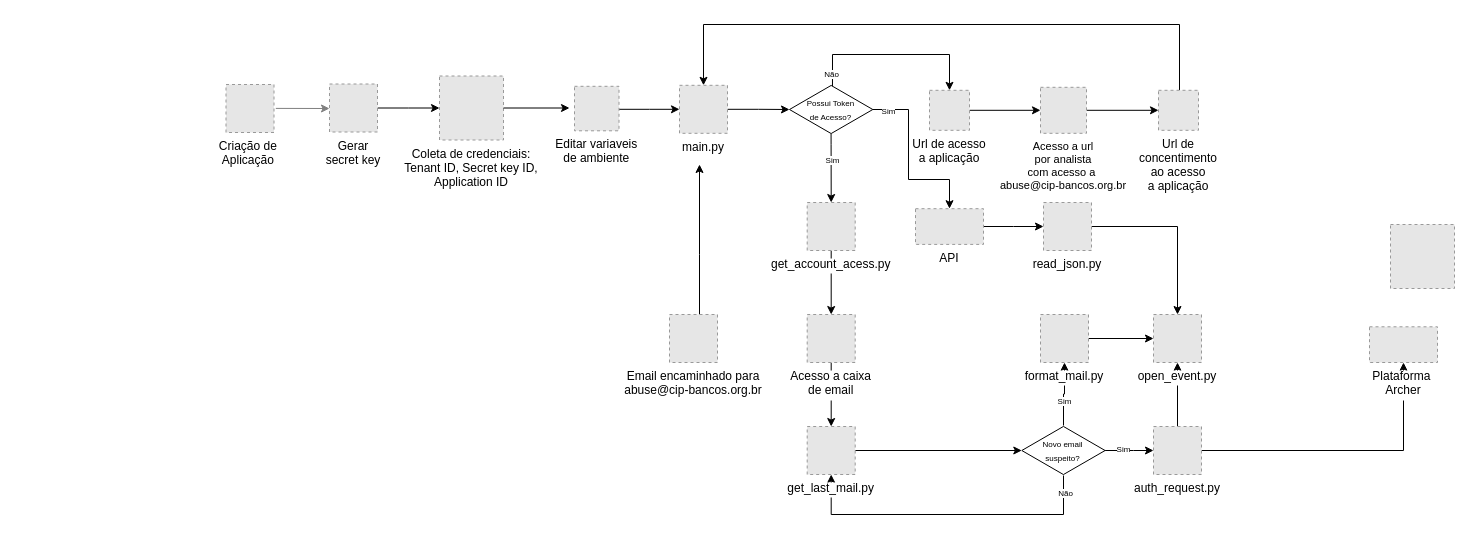
Above: Untitled Diagram.drawio in Antonio-Costa00/Auto-Indicents-Creation-From-Fishing-Atacks (draw.io), before the change. Source tidied: cells renumbered, new cells numbered last; positions are measured from the earlier drawing's top-left corner, leaving out a move shared by most shapes. Both pictures are drawn from the tidied source at 100%, with x=0, y=0 at pixel (225, 24). Pictures stored in the file or linked from it are replaced by grey dashed boxes.
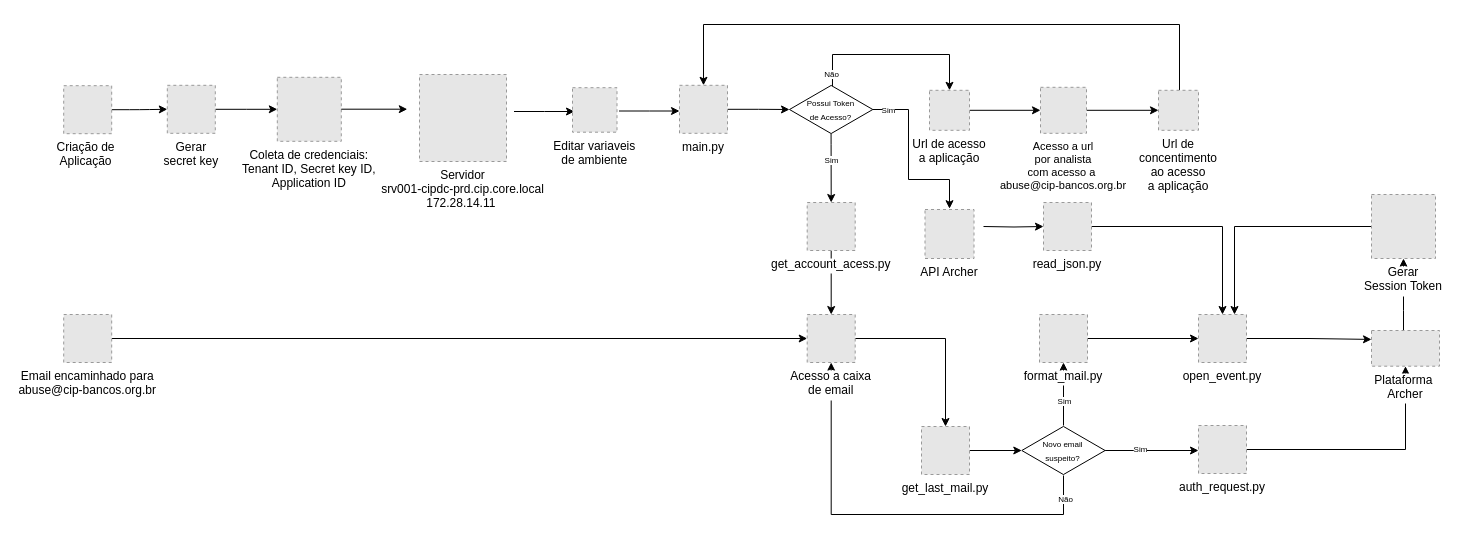
After the change.

Unchanged cells that the change refers to:
```xml
<mxCell id="6" style="edgeStyle=orthogonalEdgeStyle;rounded=0;jettySize=auto;html=1;exitX=0.499;exitY=0.985;exitDx=0;exitDy=0;exitPerimeter=0;entryX=0.5;entryY=0;entryDx=0;entryDy=0;" parent="1" edge="1" source="30">
  <mxGeometry relative="1" as="geometry">
    <mxPoint x="605.7" y="178" as="targetPoint" />
    <Array as="points">
      <mxPoint x="606" y="120" />
      <mxPoint x="606" y="250" />
    </Array>
  </mxGeometry>
</mxCell>
<mxCell id="10" value="main.py" style="fillColor=#E6E6E6;strokeColor=#999999;dashed=1;verticalLabelPosition=bottom;labelBackgroundColor=default;verticalAlign=top;" parent="1" vertex="1">
  <mxGeometry x="454" y="60.8" width="48" height="48" as="geometry" />
</mxCell>
<mxCell id="30" value="&lt;font style=&quot;font-size: 8px;&quot;&gt;Possui Token&lt;br&gt;de Acesso?&lt;/font&gt;" style="html=1;whiteSpace=wrap;shape=isoRectangle;fontSize=11;" parent="1" vertex="1">
  <mxGeometry x="564" y="60" width="83.3" height="50" as="geometry" />
</mxCell>
<mxCell id="34" value="Acesso a caixa&#10;de email" style="fillColor=#E6E6E6;strokeColor=#999999;dashed=1;verticalLabelPosition=bottom;labelBackgroundColor=default;verticalAlign=top;" parent="1" vertex="1">
  <mxGeometry x="581.7" y="290" width="48" height="48" as="geometry" />
</mxCell>
<mxCell id="40" value="&lt;span style=&quot;font-size: 8px;&quot;&gt;Novo email&lt;br&gt;suspeito?&lt;br&gt;&lt;/span&gt;" style="html=1;whiteSpace=wrap;shape=isoRectangle;fontSize=11;" parent="1" vertex="1">
  <mxGeometry x="796.3" y="401" width="83.3" height="50" as="geometry" />
</mxCell>
<mxCell id="47" value="read_json.py" style="fillColor=#E6E6E6;strokeColor=#999999;dashed=1;verticalLabelPosition=bottom;labelBackgroundColor=default;verticalAlign=top;" parent="1" vertex="1">
  <mxGeometry x="818" y="178" width="48" height="48" as="geometry" />
</mxCell>
```

The edit, as a diff of the source:
```diff
@@
-    <mxCell id="2" style="edgeStyle=orthogonalEdgeStyle;rounded=0;jettySize=auto;html=1;fontSize=8;entryX=0.5;entryY=1;entryDx=0;entryDy=0;" parent="1" edge="1" source="40" target="32">
+    <mxCell id="2" style="edgeStyle=orthogonalEdgeStyle;rounded=0;jettySize=auto;html=1;fontSize=8;entryX=0.5;entryY=1;entryDx=0;entryDy=0;" parent="1" edge="1" source="40" target="34">
       <mxGeometry relative="1" as="geometry">
         <Array as="points">
           <mxPoint x="838" y="490" />
           <mxPoint x="606" y="490" />
         </Array>
       </mxGeometry>
     </mxCell>
@@
-    <mxCell id="4" style="edgeStyle=elbowEdgeStyle;rounded=0;orthogonalLoop=1;jettySize=auto;elbow=vertical;html=1;strokeColor=#808080;exitX=1.016;exitY=0.498;exitDx=0;exitDy=0;exitPerimeter=0;" parent="1" edge="1">
-      <mxGeometry relative="1" as="geometry">
-        <mxPoint x="50.3" y="83.9" as="sourcePoint" />
-        <mxPoint x="104" y="84" as="targetPoint" />
-      </mxGeometry>
-    </mxCell>
+    <mxCell id="54" style="edgeStyle=orthogonalEdgeStyle;curved=0;rounded=1;sketch=0;jettySize=auto;html=1;labelBackgroundColor=none;labelBorderColor=#007FFF;fontSize=40;fontColor=none;" parent="1" edge="1" source="5" target="14">
+      <mxGeometry relative="1" as="geometry" />
+    </mxCell>
     <mxCell id="5" value="Criação de &#10;Aplicação " style="fillColor=#E6E6E6;strokeColor=#999999;dashed=1;verticalLabelPosition=bottom;labelBackgroundColor=default;verticalAlign=top;" parent="1" vertex="1">
-      <mxGeometry x="0.5" y="60" width="48" height="48" as="geometry" />
+      <mxGeometry x="-161.8" y="61.2" width="48" height="48" as="geometry" />
     </mxCell>
@@
     <mxCell id="8" value="Sim" style="edgeLabel;html=1;align=center;verticalAlign=middle;fontSize=8;" parent="6" vertex="1">
-      <mxGeometry x="-0.25" y="1" relative="1" as="geometry" />
+      <mxGeometry x="-0.25" y="1" relative="1" as="geometry">
+        <mxPoint x="-1" as="offset" />
+      </mxGeometry>
     </mxCell>
@@
-    <mxCell id="11" style="edgeStyle=orthogonalEdgeStyle;rounded=0;jettySize=auto;html=1;fontSize=8;" parent="1" edge="1" source="12">
-      <mxGeometry relative="1" as="geometry">
-        <mxPoint x="474" y="140" as="targetPoint" />
-        <Array as="points">
-          <mxPoint x="474" y="230" />
-          <mxPoint x="474" y="230" />
-        </Array>
-      </mxGeometry>
-    </mxCell>
+    <mxCell id="55" style="edgeStyle=orthogonalEdgeStyle;curved=0;rounded=1;sketch=0;jettySize=auto;html=1;entryX=0;entryY=0.5;entryDx=0;entryDy=0;fontSize=40;" parent="1" edge="1" source="12" target="34">
+      <mxGeometry relative="1" as="geometry" />
+    </mxCell>
     <mxCell id="12" value="Email encaminhado para &#10;abuse@cip-bancos.org.br" style="fillColor=#E6E6E6;strokeColor=#999999;dashed=1;verticalLabelPosition=bottom;labelBackgroundColor=default;verticalAlign=top;" parent="1" vertex="1">
-      <mxGeometry x="444" y="290" width="48" height="48" as="geometry" />
+      <mxGeometry x="-161.8" y="290" width="48" height="48" as="geometry" />
     </mxCell>
     <mxCell id="13" style="edgeStyle=orthogonalEdgeStyle;rounded=0;jettySize=auto;html=1;entryX=0;entryY=0.5;entryDx=0;entryDy=0;" parent="1" edge="1" source="14">
       <mxGeometry relative="1" as="geometry">
-        <mxPoint x="214" y="83.5" as="targetPoint" />
+        <mxPoint x="51.8" y="84.8" as="targetPoint" />
       </mxGeometry>
     </mxCell>
     <mxCell id="14" value="Gerar &#10;secret key" style="fillColor=#E6E6E6;strokeColor=#999999;dashed=1;verticalLabelPosition=bottom;labelBackgroundColor=default;verticalAlign=top;" parent="1" vertex="1">
-      <mxGeometry x="104" y="59.5" width="48" height="48" as="geometry" />
+      <mxGeometry x="-58.2" y="60.8" width="48" height="48" as="geometry" />
     </mxCell>
     <mxCell id="15" value="Coleta de credenciais:&#10;Tenant ID, Secret key ID,&#10;Application ID" style="fillColor=#E6E6E6;strokeColor=#999999;dashed=1;verticalLabelPosition=bottom;labelBackgroundColor=default;verticalAlign=top;" parent="1" vertex="1">
-      <mxGeometry x="214" y="51.5" width="64" height="64" as="geometry" />
+      <mxGeometry x="51.8" y="52.8" width="64" height="64" as="geometry" />
     </mxCell>
-    <mxCell id="16" style="edgeStyle=orthogonalEdgeStyle;rounded=0;jettySize=auto;html=1;entryX=0;entryY=0.5;entryDx=0;entryDy=0;" parent="1" edge="1" source="17" target="10">
+    <mxCell id="16" style="edgeStyle=orthogonalEdgeStyle;rounded=0;orthogonalLoop=1;jettySize=auto;html=1;entryX=0;entryY=0.5;entryDx=0;entryDy=0;" parent="1" edge="1">
       <mxGeometry relative="1" as="geometry">
+        <mxPoint x="288.5" y="87" as="sourcePoint" />
+        <mxPoint x="349" y="87" as="targetPoint" />
         <Array as="points">
-          <mxPoint x="424" y="84" />
+          <mxPoint x="319" y="86.2" />
         </Array>
       </mxGeometry>
     </mxCell>
-    <mxCell id="17" value="Editar variaveis&#10;de ambiente" style="fillColor=#E6E6E6;strokeColor=#999999;dashed=1;verticalLabelPosition=bottom;labelBackgroundColor=default;verticalAlign=top;" parent="1" vertex="1">
-      <mxGeometry x="349" y="61.8" width="44.5" height="44.5" as="geometry" />
-    </mxCell>
     <mxCell id="18" style="edgeStyle=orthogonalEdgeStyle;rounded=0;orthogonalLoop=1;jettySize=auto;html=1;startArrow=none;exitX=1;exitY=0.5;exitDx=0;exitDy=0;" parent="1" edge="1">
       <mxGeometry relative="1" as="geometry">
-        <mxPoint x="278" y="83" as="sourcePoint" />
-        <mxPoint x="344" y="83.5" as="targetPoint" />
+        <mxPoint x="115.8" y="84.2" as="sourcePoint" />
+        <mxPoint x="181.8" y="84.7" as="targetPoint" />
         <Array as="points">
-          <mxPoint x="344" y="83" />
+          <mxPoint x="181.8" y="84.2" />
         </Array>
       </mxGeometry>
     </mxCell>
@@
-    <mxCell id="28" style="edgeStyle=orthogonalEdgeStyle;rounded=0;jettySize=auto;html=1;fontSize=8;entryX=0.5;entryY=0;entryDx=0;entryDy=0;" parent="1" edge="1" source="30" target="52">
+    <mxCell id="28" style="edgeStyle=orthogonalEdgeStyle;rounded=0;jettySize=auto;html=1;fontSize=8;entryX=0.5;entryY=0;entryDx=0;entryDy=0;" parent="1" edge="1" source="30">
       <mxGeometry relative="1" as="geometry">
+        <mxPoint x="724" y="184.2" as="targetPoint" />
         <Array as="points">
           <mxPoint x="683" y="85" />
           <mxPoint x="683" y="155" />
           <mxPoint x="724" y="155" />
         </Array>
       </mxGeometry>
     </mxCell>
     <mxCell id="29" value="Sim" style="edgeLabel;html=1;align=center;verticalAlign=middle;fontSize=8;" parent="28" vertex="1">
       <mxGeometry x="-0.89" y="-2" relative="1" as="geometry">
-        <mxPoint x="5" y="-1" as="offset" />
+        <mxPoint x="5" y="-2" as="offset" />
       </mxGeometry>
     </mxCell>
@@
     <mxCell id="32" value="get_last_mail.py" style="fillColor=#E6E6E6;strokeColor=#999999;dashed=1;verticalLabelPosition=bottom;labelBackgroundColor=default;verticalAlign=top;" parent="1" vertex="1">
-      <mxGeometry x="581.7" y="402" width="48" height="48" as="geometry" />
+      <mxGeometry x="696" y="402" width="48" height="48" as="geometry" />
     </mxCell>
@@
-    <mxCell id="42" style="edgeStyle=orthogonalEdgeStyle;rounded=0;jettySize=auto;html=1;fontSize=8;" parent="1" edge="1" source="43" target="48">
-      <mxGeometry relative="1" as="geometry" />
-    </mxCell>
     <mxCell id="43" value="auth_request.py" style="fillColor=#E6E6E6;strokeColor=#999999;dashed=1;verticalLabelPosition=bottom;labelBackgroundColor=default;verticalAlign=top;" parent="1" vertex="1">
-      <mxGeometry x="928" y="402" width="48" height="48" as="geometry" />
+      <mxGeometry x="973" y="401" width="48" height="48" as="geometry" />
     </mxCell>
@@
     <mxCell id="45" value="format_mail.py" style="fillColor=#E6E6E6;strokeColor=#999999;dashed=1;verticalLabelPosition=bottom;labelBackgroundColor=default;verticalAlign=top;" parent="1" vertex="1">
-      <mxGeometry x="815" y="290" width="48" height="48" as="geometry" />
+      <mxGeometry x="814" y="290" width="48" height="48" as="geometry" />
     </mxCell>
@@
+    <mxCell id="56" style="edgeStyle=orthogonalEdgeStyle;rounded=0;jettySize=auto;html=1;entryX=0;entryY=0.25;entryDx=0;entryDy=0;fontSize=8;" parent="1" edge="1" source="48" target="50">
+      <mxGeometry relative="1" as="geometry" />
+    </mxCell>
     <mxCell id="48" value="open_event.py" style="fillColor=#E6E6E6;strokeColor=#999999;dashed=1;verticalLabelPosition=bottom;labelBackgroundColor=default;verticalAlign=top;" parent="1" vertex="1">
-      <mxGeometry x="928" y="290" width="48" height="48" as="geometry" />
+      <mxGeometry x="973" y="290" width="48" height="48" as="geometry" />
     </mxCell>
@@
+    <mxCell id="57" style="edgeStyle=orthogonalEdgeStyle;rounded=0;jettySize=auto;html=1;fontSize=8;" parent="1" edge="1" source="50" target="53">
+      <mxGeometry relative="1" as="geometry">
+        <Array as="points">
+          <mxPoint x="1178" y="286" />
+          <mxPoint x="1178" y="286" />
+        </Array>
+      </mxGeometry>
+    </mxCell>
     <mxCell id="50" value="Plataforma &#10;Archer" style="fillColor=#E6E6E6;strokeColor=#999999;dashed=1;verticalLabelPosition=bottom;labelBackgroundColor=default;verticalAlign=top;" parent="1" vertex="1">
-      <mxGeometry x="1144" y="302.3" width="68" height="35.7" as="geometry" />
+      <mxGeometry x="1146" y="306" width="68" height="35.7" as="geometry" />
     </mxCell>
-    <mxCell id="51" style="edgeStyle=orthogonalEdgeStyle;rounded=0;jettySize=auto;html=1;fontSize=8;" parent="1" edge="1" source="52" target="47">
-      <mxGeometry relative="1" as="geometry" />
+    <mxCell id="51" style="edgeStyle=orthogonalEdgeStyle;rounded=0;jettySize=auto;html=1;fontSize=8;" parent="1" edge="1" target="47">
+      <mxGeometry relative="1" as="geometry">
+        <mxPoint x="758" y="202" as="sourcePoint" />
+      </mxGeometry>
     </mxCell>
-    <mxCell id="52" value="API" style="fillColor=#E6E6E6;strokeColor=#999999;dashed=1;verticalLabelPosition=bottom;labelBackgroundColor=default;verticalAlign=top;" parent="1" vertex="1">
-      <mxGeometry x="690" y="184.2" width="68" height="35.7" as="geometry" />
-    </mxCell>
+    <mxCell id="58" style="edgeStyle=orthogonalEdgeStyle;rounded=0;jettySize=auto;html=1;entryX=0.75;entryY=0;entryDx=0;entryDy=0;fontSize=8;" parent="1" edge="1" source="53" target="48">
+      <mxGeometry relative="1" as="geometry" />
+    </mxCell>
-    <mxCell id="53" style="fillColor=#E6E6E6;strokeColor=#999999;dashed=1;verticalLabelPosition=bottom;labelBackgroundColor=default;verticalAlign=top;" parent="1" vertex="1">
-      <mxGeometry x="1165" y="200" width="64" height="64" as="geometry" />
+    <mxCell id="53" value="Gerar&#10;Session Token" style="fillColor=#E6E6E6;strokeColor=#999999;dashed=1;verticalLabelPosition=bottom;labelBackgroundColor=default;verticalAlign=top;" parent="1" vertex="1">
+      <mxGeometry x="1146" y="170" width="64" height="64" as="geometry" />
     </mxCell>
+    <mxCell id="59" value="API Archer" style="fillColor=#E6E6E6;strokeColor=#999999;dashed=1;verticalLabelPosition=bottom;labelBackgroundColor=default;verticalAlign=top;" parent="1" vertex="1">
+      <mxGeometry x="699.5" y="185" width="49" height="49" as="geometry" />
+    </mxCell>
+    <mxCell id="60" style="edgeStyle=orthogonalEdgeStyle;rounded=0;orthogonalLoop=1;jettySize=auto;html=1;entryX=0;entryY=0.5;entryDx=0;entryDy=0;" parent="1" edge="1">
+      <mxGeometry relative="1" as="geometry">
+        <mxPoint x="393.5" y="86.5" as="sourcePoint" />
+        <mxPoint x="454" y="86.5" as="targetPoint" />
+        <Array as="points">
+          <mxPoint x="424" y="85.8" />
+        </Array>
+      </mxGeometry>
+    </mxCell>
+    <mxCell id="61" value="Servidor&#10;srv001-cipdc-prd.cip.core.local&#10;172.28.14.11 " style="fillColor=#E6E6E6;strokeColor=#999999;dashed=1;verticalLabelPosition=bottom;labelBackgroundColor=default;verticalAlign=top;" parent="1" vertex="1">
+      <mxGeometry x="194" y="50" width="87" height="87" as="geometry" />
+    </mxCell>
+    <mxCell id="17" value="Editar variaveis&#10;de ambiente" style="fillColor=#E6E6E6;strokeColor=#999999;dashed=1;verticalLabelPosition=bottom;labelBackgroundColor=default;verticalAlign=top;" parent="1" vertex="1">
+      <mxGeometry x="347" y="63.2" width="44.5" height="44.5" as="geometry" />
+    </mxCell>
```
